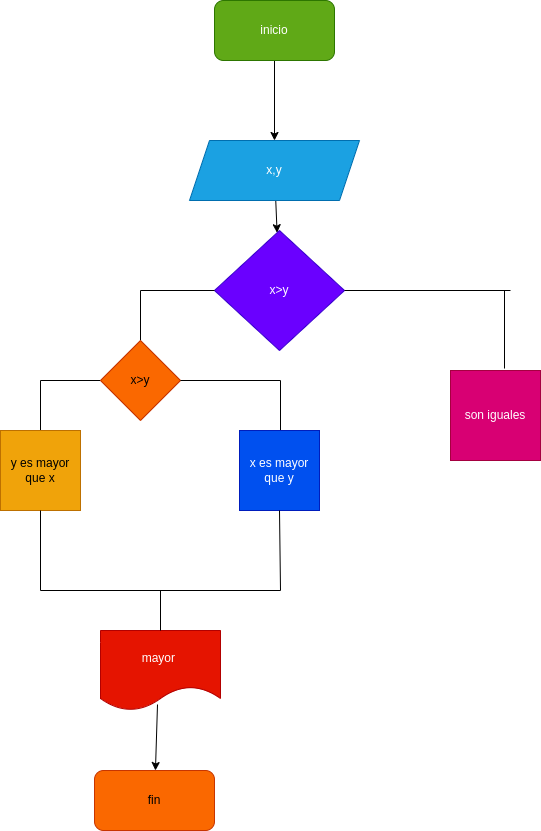
The draw.io diagram diagrama.png in lizethcifuentes/mayor_2enteros, before a commit. Source tidied: cells renumbered, new cells last; positions are measured from the earlier drawing's top-left corner, leaving out a move shared by most shapes.
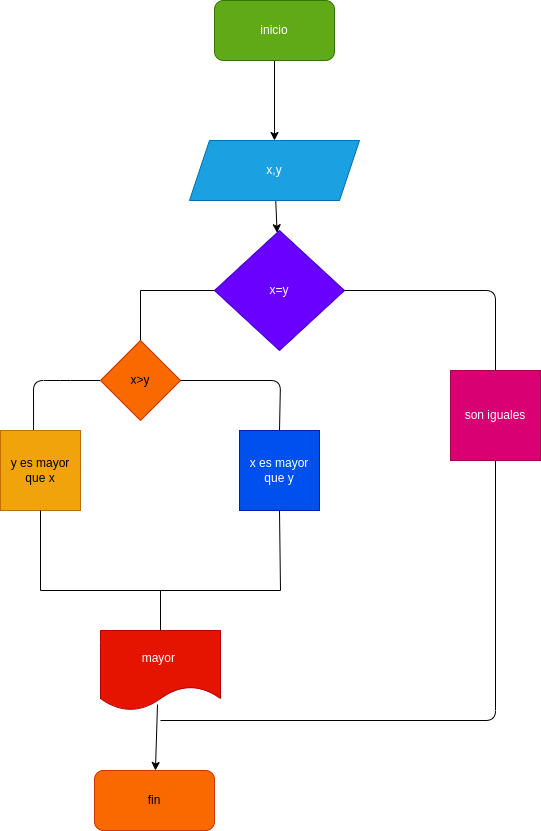
After the change.

Change to the diagram source:
```diff
@@ -19,7 +19,7 @@
         <mxPoint x="275.5" y="290" as="sourcePoint" />
       </mxGeometry>
     </mxCell>
-    <mxCell id="7" value="x&amp;gt;y" style="rhombus;whiteSpace=wrap;html=1;fillColor=#6a00ff;fontColor=#ffffff;strokeColor=#3700CC;" parent="1" vertex="1">
+    <mxCell id="7" value="x=y" style="rhombus;whiteSpace=wrap;html=1;fillColor=#6a00ff;fontColor=#ffffff;strokeColor=#3700CC;" parent="1" vertex="1">
       <mxGeometry x="214" y="230" width="130" height="120" as="geometry" />
     </mxCell>
     <mxCell id="8" value="son iguales" style="whiteSpace=wrap;html=1;fillColor=#d80073;fontColor=#ffffff;strokeColor=#A50040;" parent="1" vertex="1">
@@ -34,16 +34,13 @@
     <mxCell id="11" value="fin" style="rounded=1;whiteSpace=wrap;html=1;fillColor=#fa6800;fontColor=#000000;strokeColor=#C73500;" parent="1" vertex="1">
       <mxGeometry x="94" y="770" width="120" height="60" as="geometry" />
     </mxCell>
-    <mxCell id="12" style="endArrow=none;html=1;entryX=1;entryY=0.5;entryDx=0;entryDy=0;" parent="1" edge="1" target="7">
+    <mxCell id="12" style="endArrow=none;html=1;entryX=1;entryY=0.5;entryDx=0;entryDy=0;exitX=0.5;exitY=0;exitDx=0;exitDy=0;" parent="1" edge="1" source="8" target="7">
       <mxGeometry relative="1" as="geometry">
-        <mxPoint x="510" y="290" as="sourcePoint" />
+        <Array as="points">
+          <mxPoint x="495" y="290" />
+        </Array>
       </mxGeometry>
     </mxCell>
-    <mxCell id="13" style="endArrow=none;html=1;exitX=0.6;exitY=-0.022;exitDx=0;exitDy=0;exitPerimeter=0;" parent="1" edge="1" source="8">
-      <mxGeometry relative="1" as="geometry">
-        <mxPoint x="504" y="290" as="targetPoint" />
-      </mxGeometry>
-    </mxCell>
     <mxCell id="14" style="endArrow=none;html=1;entryX=0;entryY=0.5;entryDx=0;entryDy=0;" parent="1" edge="1" target="7">
       <mxGeometry relative="1" as="geometry">
         <mxPoint x="140" y="290" as="sourcePoint" />
@@ -60,9 +57,12 @@
         <mxPoint x="280" y="590" as="targetPoint" />
       </mxGeometry>
     </mxCell>
-    <mxCell id="17" style="endArrow=none;html=1;entryX=0;entryY=0.5;entryDx=0;entryDy=0;" parent="1" edge="1" target="19">
+    <mxCell id="17" style="endArrow=none;html=1;entryX=0;entryY=0.5;entryDx=0;entryDy=0;exitX=0.413;exitY=0.013;exitDx=0;exitDy=0;exitPerimeter=0;" parent="1" edge="1" source="24" target="19">
       <mxGeometry relative="1" as="geometry">
-        <mxPoint x="40" y="380" as="sourcePoint" />
+        <Array as="points">
+          <mxPoint x="33" y="380" />
+          <mxPoint x="60" y="380" />
+        </Array>
       </mxGeometry>
     </mxCell>
     <mxCell id="18" style="endArrow=none;html=1;entryX=0.5;entryY=0;entryDx=0;entryDy=0;" parent="1" edge="1" target="10">
@@ -73,23 +73,13 @@
     <mxCell id="19" value="x&amp;gt;y" style="rhombus;whiteSpace=wrap;html=1;fillColor=#fa6800;fontColor=#000000;strokeColor=#C73500;" parent="1" vertex="1">
       <mxGeometry x="100" y="340" width="80" height="80" as="geometry" />
     </mxCell>
-    <mxCell id="20" style="endArrow=none;html=1;entryX=1;entryY=0.5;entryDx=0;entryDy=0;" parent="1" edge="1" target="19">
+    <mxCell id="20" style="endArrow=none;html=1;entryX=1;entryY=0.5;entryDx=0;entryDy=0;exitX=0.5;exitY=0;exitDx=0;exitDy=0;" parent="1" edge="1" source="23" target="19">
       <mxGeometry relative="1" as="geometry">
-        <mxPoint x="280" y="380" as="sourcePoint" />
+        <Array as="points">
+          <mxPoint x="280" y="380" />
+        </Array>
       </mxGeometry>
     </mxCell>
-    <mxCell id="21" style="endArrow=none;html=1;" parent="1" edge="1">
-      <mxGeometry relative="1" as="geometry">
-        <mxPoint x="280" y="450" as="sourcePoint" />
-        <mxPoint x="280" y="380" as="targetPoint" />
-      </mxGeometry>
-    </mxCell>
-    <mxCell id="22" style="endArrow=none;html=1;" parent="1" edge="1">
-      <mxGeometry relative="1" as="geometry">
-        <mxPoint x="40" y="450" as="sourcePoint" />
-        <mxPoint x="40" y="380" as="targetPoint" />
-      </mxGeometry>
-    </mxCell>
     <mxCell id="23" value="x es mayor que y" style="whiteSpace=wrap;html=1;fillColor=#0050ef;fontColor=#ffffff;strokeColor=#001DBC;" parent="1" vertex="1">
       <mxGeometry x="239" y="430" width="80" height="80" as="geometry" />
     </mxCell>
@@ -106,5 +96,13 @@
         <mxPoint x="40" y="590" as="targetPoint" />
       </mxGeometry>
     </mxCell>
+    <mxCell id="27" style="endArrow=none;html=1;entryX=0.5;entryY=1;entryDx=0;entryDy=0;" parent="1" edge="1" target="8">
+      <mxGeometry relative="1" as="geometry">
+        <mxPoint x="160" y="720" as="sourcePoint" />
+        <Array as="points">
+          <mxPoint x="495" y="720" />
+        </Array>
+      </mxGeometry>
+    </mxCell>
   </root>
 </mxGraphModel>
```
